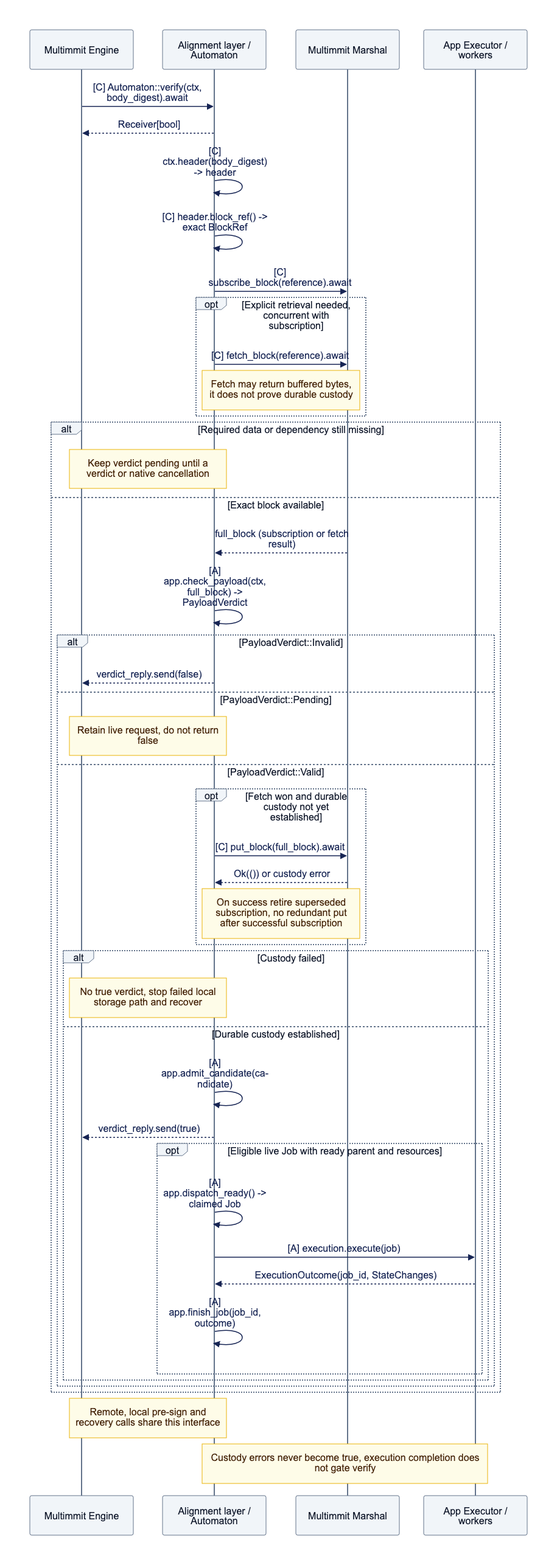
Before: docs/assets/diagrams/diagram-05.png, a diagram exported from Mermaid (djm07073/baton). Its source is kept beside it as docs/assets/diagrams/diagram-05.mmd.
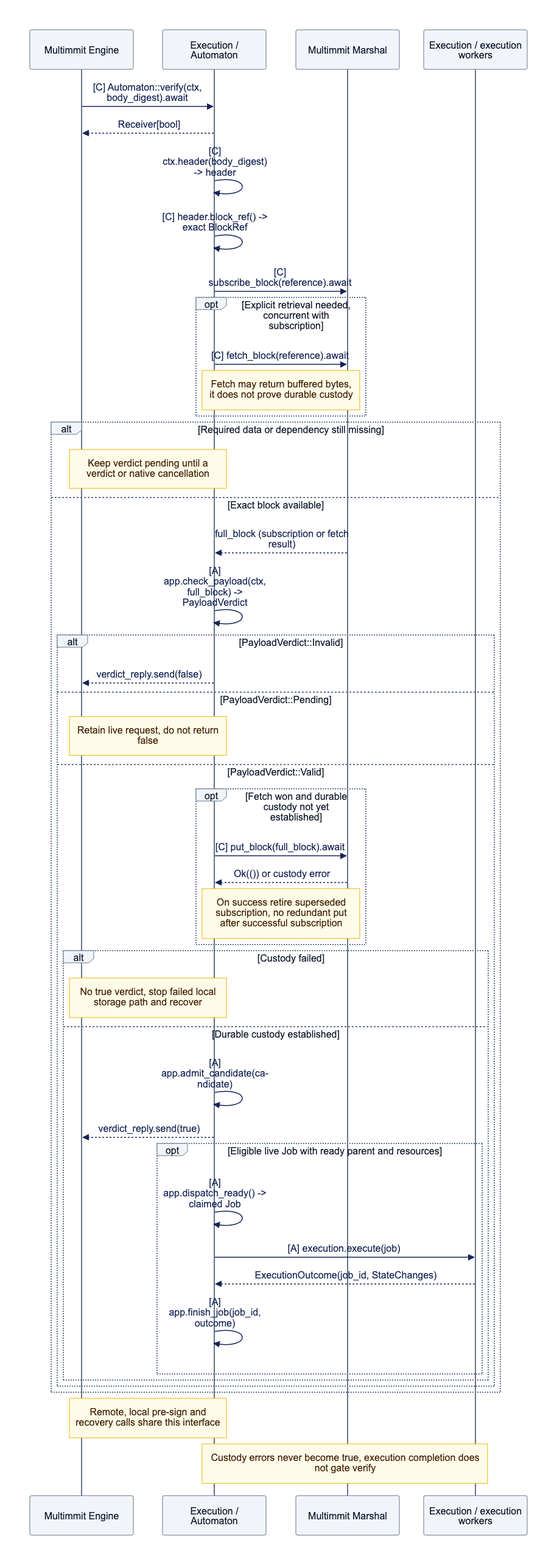
Later version of the same file.

What changed in the source:
```diff
@@ -1,8 +1,8 @@
 sequenceDiagram
     participant N as Multimmit Engine
-    participant A as Alignment layer / Automaton
+    participant A as Execution / Automaton
     participant M as Multimmit Marshal
-    participant E as App Executor / workers
+    participant E as Execution / execution workers
     N->>A: [C] Automaton::verify(ctx, body_digest).await
     A-->>N: Receiver[bool]
     A->>A: [C] ctx.header(body_digest) -> header
```
